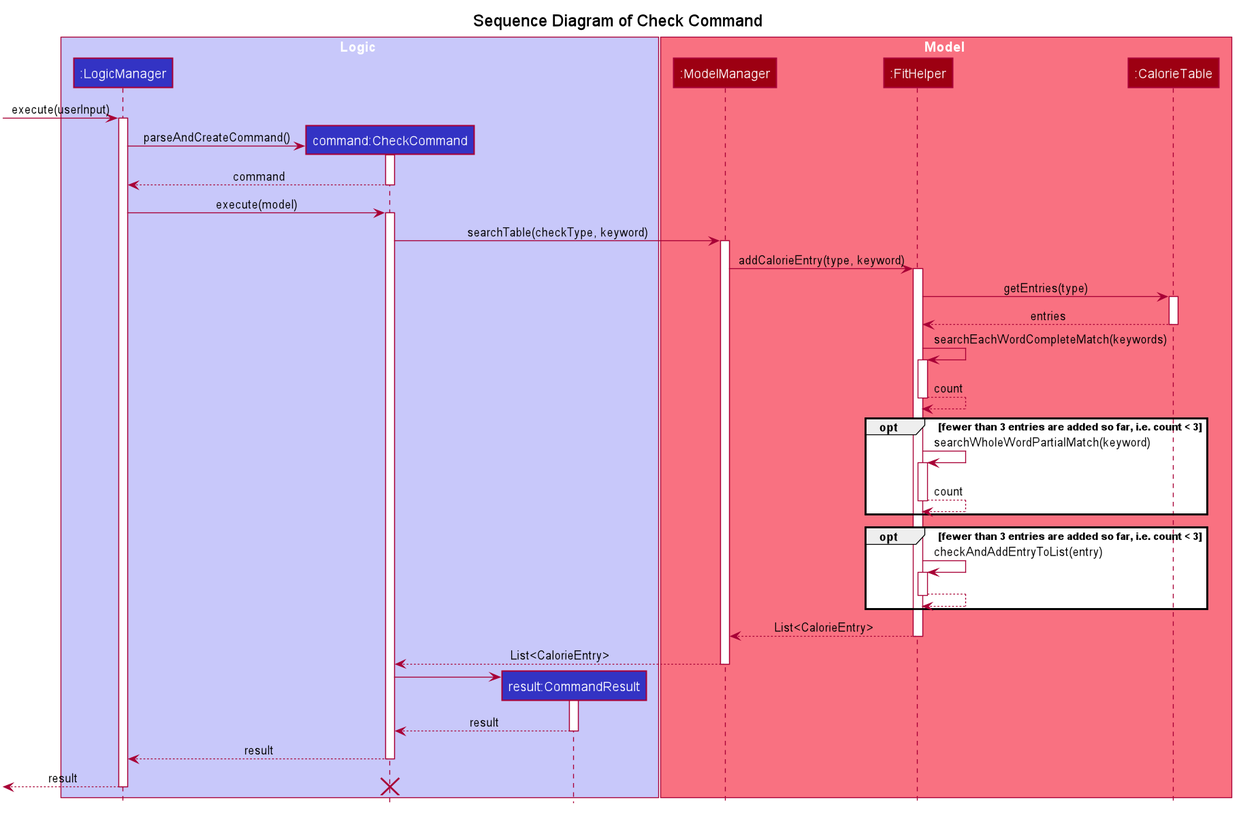
Before: docs/images/SequenceDiagramForCheckCommand.png, a diagram exported from PlantUML (nus-cs2103-AY1920S2/addressbook-level3).
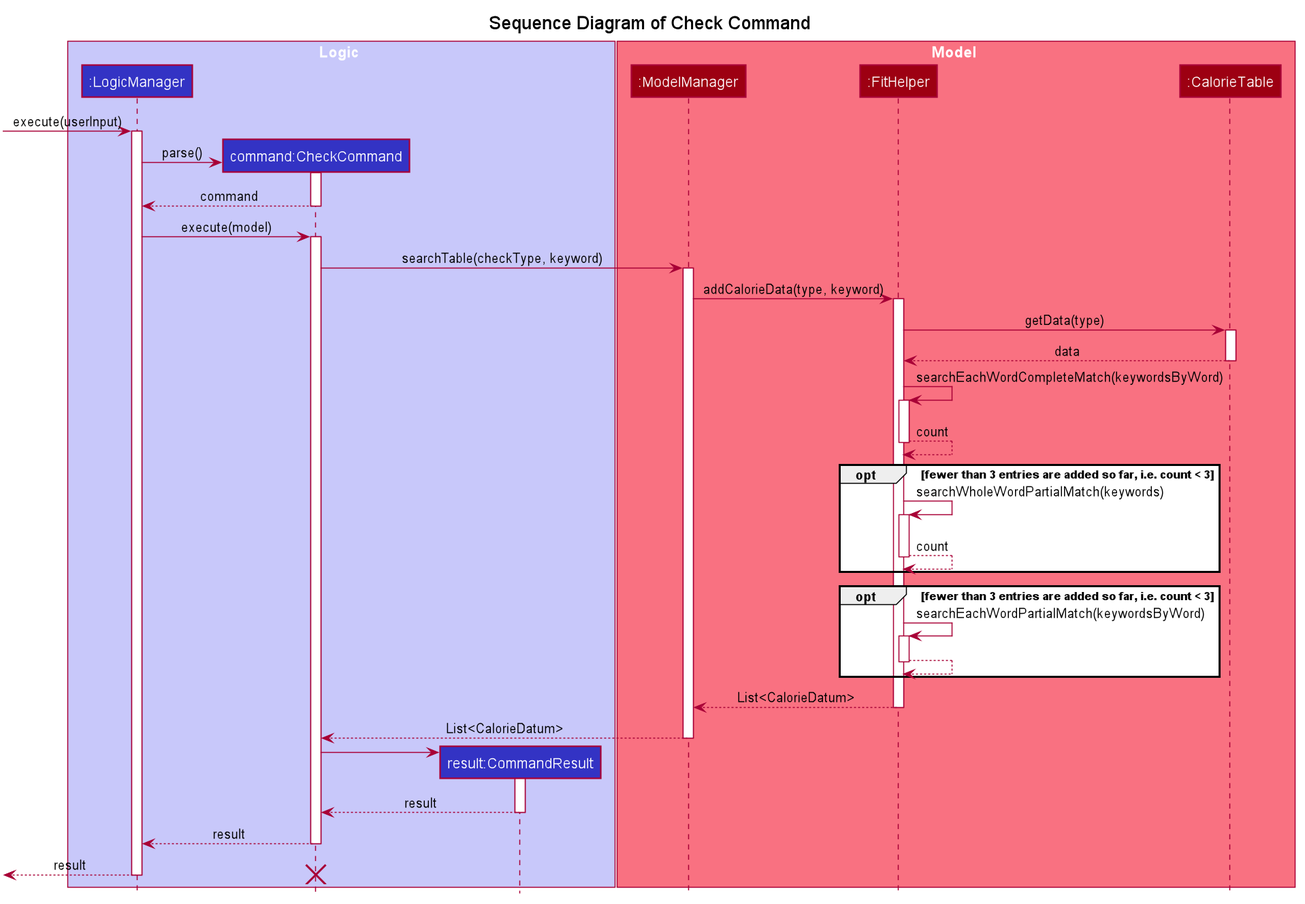
The same diagram one commit later.

What changed in the source:
```diff
@@ -66,7 +66,7 @@
 activate LogicManager
 
 create CheckCommand
-LogicManager -> CheckCommand : parseAndCreateCommand()
+LogicManager -> CheckCommand : parse()
 activate CheckCommand
 LogicManager <-- CheckCommand : command
 deactivate
@@ -76,33 +76,33 @@
 activate CheckCommand
 CheckCommand -> ModelManager : searchTable(checkType, keyword)
 activate ModelManager
-ModelManager -> FitHelper : addCalorieEntry(type, keyword)
+ModelManager -> FitHelper : addCalorieData(type, keyword)
 activate FitHelper
-FitHelper -> CalorieTable : getEntries(type)
+FitHelper -> CalorieTable : getData(type)
 activate CalorieTable
-FitHelper <-- CalorieTable : entries
+FitHelper <-- CalorieTable : data
 deactivate
 
-FitHelper -> FitHelper : searchEachWordCompleteMatch(keywords)
+FitHelper -> FitHelper : searchEachWordCompleteMatch(keywordsByWord)
 activate FitHelper
 FitHelper --> FitHelper : count
 deactivate
 opt fewer than 3 entries are added so far, i.e. count < 3
-FitHelper -> FitHelper : searchWholeWordPartialMatch(keyword)
+FitHelper -> FitHelper : searchWholeWordPartialMatch(keywords)
 activate FitHelper
 FitHelper --> FitHelper : count
 deactivate
 end
 opt fewer than 3 entries are added so far, i.e. count < 3
-FitHelper -> FitHelper : checkAndAddEntryToList(entry)
+FitHelper -> FitHelper : searchEachWordPartialMatch(keywordsByWord)
 activate FitHelper
 FitHelper --> FitHelper :
 deactivate
 end
 
-FitHelper --> ModelManager : List<CalorieEntry>
+FitHelper --> ModelManager : List<CalorieDatum>
 deactivate FitHelper
-ModelManager --> CheckCommand : List<CalorieEntry>
+ModelManager --> CheckCommand : List<CalorieDatum>
 deactivate ModelManager
 create Result
 CheckCommand -> Result
```
